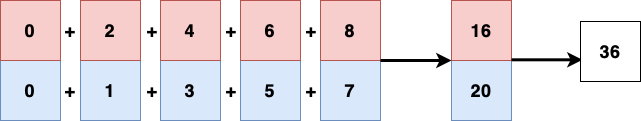
Above: imgs/kom_reduction.png in caymand/presentations (draw.io), before the change. Source tidied: cells renumbered, new cells last; positions are measured from the earlier drawing's top-left corner, leaving out a move shared by most shapes.
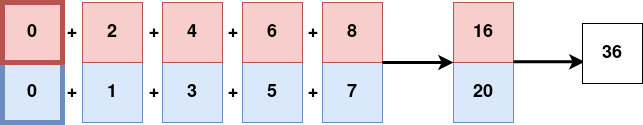
Above is the later version.

Diff of the diagram source:
```diff
@@ -2,10 +2,10 @@
   <root>
     <mxCell id="0" />
     <mxCell id="1" parent="0" />
-    <mxCell id="2" value="0" style="whiteSpace=wrap;html=1;fillColor=#dae8fc;strokeColor=#6c8ebf;fontStyle=1;fontSize=18;flipH=1;flipV=0;" parent="1" vertex="1">
+    <mxCell id="2" value="0" style="whiteSpace=wrap;html=1;fillColor=#dae8fc;strokeColor=#6c8ebf;fontStyle=1;fontSize=18;flipH=1;flipV=0;rounded=0;glass=0;strokeWidth=5;" parent="1" vertex="1">
       <mxGeometry y="60" width="60" height="60" as="geometry" />
     </mxCell>
-    <mxCell id="3" value="0" style="whiteSpace=wrap;html=1;fillColor=#f8cecc;strokeColor=#b85450;fontStyle=1;fontSize=18;flipH=1;flipV=0;" parent="1" vertex="1">
+    <mxCell id="3" value="0" style="whiteSpace=wrap;html=1;fillColor=#f8cecc;strokeColor=#b85450;fontStyle=1;fontSize=18;flipH=1;flipV=0;rounded=0;glass=0;strokeWidth=5;" parent="1" vertex="1">
       <mxGeometry width="60" height="60" as="geometry" />
     </mxCell>
     <mxCell id="4" value="1" style="whiteSpace=wrap;html=1;fillColor=#dae8fc;strokeColor=#6c8ebf;fontStyle=1;fontSize=18;flipH=1;flipV=0;" parent="1" vertex="1">
```
